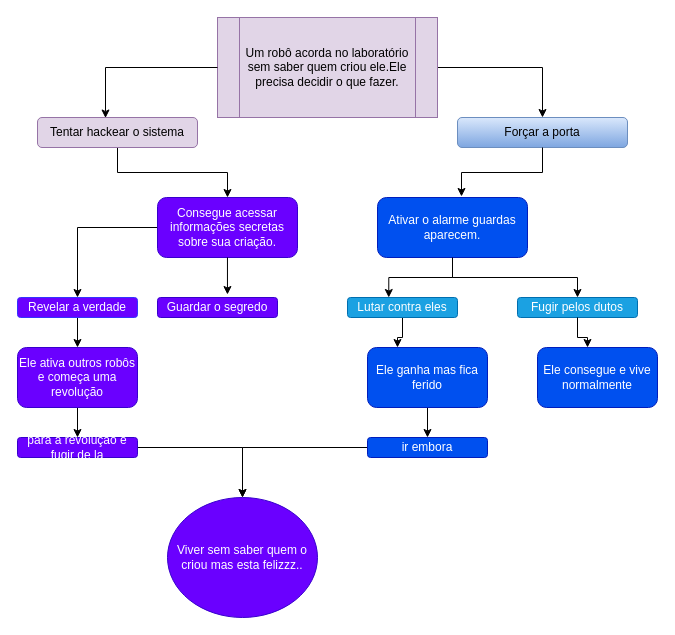
Before: bernardo.drawio in berzinnn11/clitu, a draw.io diagram. Source tidied: cells renumbered, new cells numbered last; positions are measured from the earlier drawing's top-left corner, leaving out a move shared by most shapes. Both pictures are drawn from the tidied source at 100%, with x=0, y=0 at pixel (17, 17).
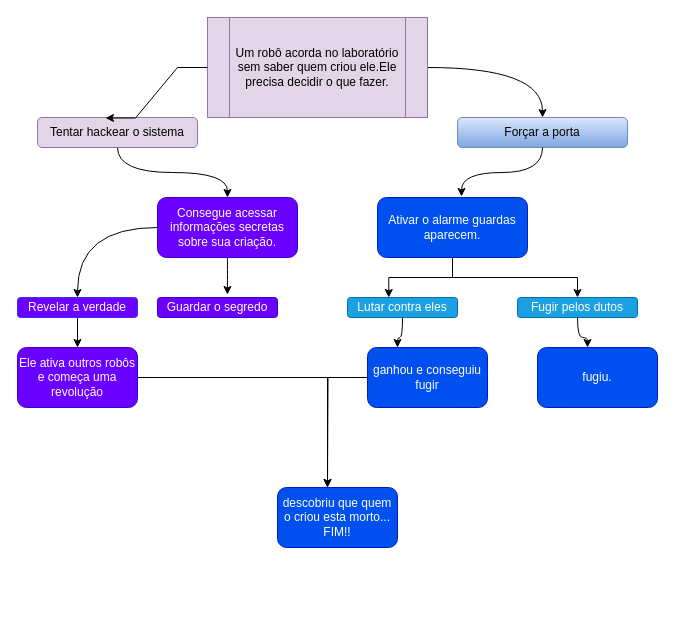
The same page after the edit.

The change refers to these unchanged cells:
```xml
<mxCell id="3" value="Forçar a porta" style="rounded=1;whiteSpace=wrap;html=1;fillColor=#dae8fc;gradientColor=#7ea6e0;strokeColor=#6c8ebf;" parent="1" vertex="1">
  <mxGeometry x="440" y="100" width="170" height="30" as="geometry" />
</mxCell>
<mxCell id="7" value="Tentar hackear o sistema" style="rounded=1;whiteSpace=wrap;html=1;fillColor=#e1d5e7;strokeColor=#9673a6;" parent="1" vertex="1">
  <mxGeometry x="20" y="100" width="160" height="30" as="geometry" />
</mxCell>
<mxCell id="10" value="Consegue acessar informações secretas sobre sua criação." style="rounded=1;whiteSpace=wrap;html=1;fillColor=#6a00ff;fontColor=#ffffff;strokeColor=#3700CC;" parent="1" vertex="1">
  <mxGeometry x="140" y="180" width="140" height="60" as="geometry" />
</mxCell>
<mxCell id="12" value="Ativar o alarme guardas aparecem." style="rounded=1;whiteSpace=wrap;html=1;fillColor=#0050ef;fontColor=#ffffff;strokeColor=#001DBC;" parent="1" vertex="1">
  <mxGeometry x="360" y="180" width="150" height="60" as="geometry" />
</mxCell>
<mxCell id="15" value="Lutar contra eles" style="rounded=1;whiteSpace=wrap;html=1;fillColor=#1ba1e2;fontColor=#ffffff;strokeColor=#006EAF;" parent="1" vertex="1">
  <mxGeometry x="330" y="280" width="110" height="20" as="geometry" />
</mxCell>
<mxCell id="18" value="Revelar a verdade" style="rounded=1;whiteSpace=wrap;html=1;fillColor=#6a00ff;fontColor=#ffffff;strokeColor=#3333FF;" parent="1" vertex="1">
  <mxGeometry y="280" width="120" height="20" as="geometry" />
</mxCell>
<mxCell id="19" value="Fugir pelos dutos" style="rounded=1;whiteSpace=wrap;html=1;fillColor=#1ba1e2;fontColor=#ffffff;strokeColor=#006EAF;" parent="1" vertex="1">
  <mxGeometry x="500" y="280" width="120" height="20" as="geometry" />
</mxCell>
<mxCell id="20" value="Guardar o segredo" style="rounded=1;whiteSpace=wrap;html=1;fillColor=#6a00ff;fontColor=#ffffff;strokeColor=#3700CC;" parent="1" vertex="1">
  <mxGeometry x="140" y="280" width="120" height="20" as="geometry" />
</mxCell>
<mxCell id="23" value="Ele ativa outros robôs e começa uma revolução" style="rounded=1;whiteSpace=wrap;html=1;fillColor=#6a00ff;fontColor=#ffffff;strokeColor=#3700CC;" parent="1" vertex="1">
  <mxGeometry y="330" width="120" height="60" as="geometry" />
</mxCell>
```

What changed in the source:
```diff
@@
-    <mxCell id="2" style="edgeStyle=orthogonalEdgeStyle;rounded=0;orthogonalLoop=1;jettySize=auto;html=1;exitX=0.5;exitY=1;exitDx=0;exitDy=0;" parent="1" edge="1">
-      <mxGeometry relative="1" as="geometry">
-        <mxPoint x="130" y="420" as="sourcePoint" />
-        <mxPoint x="130" y="420" as="targetPoint" />
-      </mxGeometry>
-    </mxCell>
+    <mxCell id="33" style="edgeStyle=orthogonalEdgeStyle;rounded=0;orthogonalLoop=1;jettySize=auto;html=1;exitX=0.5;exitY=1;exitDx=0;exitDy=0;" parent="1" edge="1">
+      <mxGeometry relative="1" as="geometry">
+        <mxPoint x="130" y="420" as="sourcePoint" />
+        <mxPoint x="130" y="420" as="targetPoint" />
+      </mxGeometry>
+    </mxCell>
@@
-    <mxCell id="4" style="edgeStyle=orthogonalEdgeStyle;rounded=0;jettySize=auto;html=1;entryX=0.5;entryY=0;entryDx=0;entryDy=0;" parent="1" edge="1" source="5" target="3">
+    <mxCell id="4" style="edgeStyle=orthogonalEdgeStyle;rounded=0;jettySize=auto;html=1;entryX=0.5;entryY=0;entryDx=0;entryDy=0;elbow=vertical;curved=1;" parent="1" edge="1" source="5" target="3">
       <mxGeometry relative="1" as="geometry" />
     </mxCell>
     <mxCell id="5" value="Um robô acorda no laboratório sem saber quem criou ele.Ele precisa decidir o que fazer." style="shape=process;whiteSpace=wrap;html=1;backgroundOutline=1;fillColor=#e1d5e7;strokeColor=#9673a6;" parent="1" vertex="1">
-      <mxGeometry x="200" width="220" height="100" as="geometry" />
+      <mxGeometry x="190" width="220" height="100" as="geometry" />
     </mxCell>
-    <mxCell id="6" style="edgeStyle=orthogonalEdgeStyle;rounded=0;jettySize=auto;html=1;entryX=0.5;entryY=0;entryDx=0;entryDy=0;" parent="1" edge="1" source="7" target="10">
+    <mxCell id="6" style="edgeStyle=orthogonalEdgeStyle;rounded=0;jettySize=auto;html=1;entryX=0.5;entryY=0;entryDx=0;entryDy=0;curved=1;" parent="1" edge="1" source="7" target="10">
       <mxGeometry relative="1" as="geometry" />
     </mxCell>
@@
-    <mxCell id="8" style="edgeStyle=orthogonalEdgeStyle;rounded=0;jettySize=auto;html=1;entryX=0.425;entryY=0.017;entryDx=0;entryDy=0;entryPerimeter=0;" parent="1" edge="1" source="5" target="7">
+    <mxCell id="8" style="edgeStyle=entityRelationEdgeStyle;rounded=0;jettySize=auto;html=1;entryX=0.425;entryY=0.017;entryDx=0;entryDy=0;entryPerimeter=0;" parent="1" edge="1" source="5" target="7">
       <mxGeometry relative="1" as="geometry" />
     </mxCell>
-    <mxCell id="9" style="edgeStyle=orthogonalEdgeStyle;rounded=0;jettySize=auto;html=1;entryX=0.5;entryY=0;entryDx=0;entryDy=0;" parent="1" edge="1" source="10" target="18">
+    <mxCell id="9" style="edgeStyle=orthogonalEdgeStyle;rounded=0;jettySize=auto;html=1;entryX=0.5;entryY=0;entryDx=0;entryDy=0;curved=1;" parent="1" edge="1" source="10" target="18">
       <mxGeometry relative="1" as="geometry" />
     </mxCell>
@@
-    <mxCell id="13" style="edgeStyle=orthogonalEdgeStyle;rounded=0;jettySize=auto;html=1;entryX=0.56;entryY=-0.017;entryDx=0;entryDy=0;entryPerimeter=0;" parent="1" edge="1" source="3" target="12">
+    <mxCell id="13" style="edgeStyle=orthogonalEdgeStyle;rounded=0;jettySize=auto;html=1;entryX=0.56;entryY=-0.017;entryDx=0;entryDy=0;entryPerimeter=0;curved=1;" parent="1" edge="1" source="3" target="12">
       <mxGeometry relative="1" as="geometry" />
     </mxCell>
-    <mxCell id="14" style="edgeStyle=orthogonalEdgeStyle;rounded=0;jettySize=auto;html=1;entryX=0.25;entryY=0;entryDx=0;entryDy=0;" parent="1" edge="1" source="15" target="25">
-      <mxGeometry relative="1" as="geometry" />
-    </mxCell>
+    <mxCell id="34" style="edgeStyle=orthogonalEdgeStyle;rounded=0;jettySize=auto;html=1;entryX=0.25;entryY=0;entryDx=0;entryDy=0;curved=1;" parent="1" edge="1" source="15" target="37">
+      <mxGeometry relative="1" as="geometry" />
+    </mxCell>
@@
-    <mxCell id="21" style="edgeStyle=orthogonalEdgeStyle;rounded=0;jettySize=auto;html=1;entryX=0.583;entryY=-0.15;entryDx=0;entryDy=0;entryPerimeter=0;" parent="1" edge="1" source="10" target="20">
+    <mxCell id="21" style="edgeStyle=orthogonalEdgeStyle;rounded=0;jettySize=auto;html=1;entryX=0.583;entryY=-0.15;entryDx=0;entryDy=0;entryPerimeter=0;curved=1;" parent="1" edge="1" source="10" target="20">
       <mxGeometry relative="1" as="geometry" />
     </mxCell>
-    <mxCell id="22" style="edgeStyle=orthogonalEdgeStyle;rounded=0;jettySize=auto;html=1;" parent="1" edge="1" source="23" target="31">
-      <mxGeometry relative="1" as="geometry" />
-    </mxCell>
+    <mxCell id="35" style="edgeStyle=orthogonalEdgeStyle;rounded=0;jettySize=auto;html=1;" parent="1" edge="1" source="23">
+      <mxGeometry relative="1" as="geometry">
+        <mxPoint x="310" y="470" as="targetPoint" />
+      </mxGeometry>
+    </mxCell>
@@
-    <mxCell id="24" style="edgeStyle=orthogonalEdgeStyle;rounded=0;jettySize=auto;html=1;" parent="1" edge="1" source="25" target="29">
-      <mxGeometry relative="1" as="geometry" />
-    </mxCell>
-    <mxCell id="25" value="Ele ganha mas fica ferido" style="rounded=1;whiteSpace=wrap;html=1;fillColor=#0050ef;fontColor=#ffffff;strokeColor=#001DBC;" parent="1" vertex="1">
-      <mxGeometry x="350" y="330" width="120" height="60" as="geometry" />
-    </mxCell>
-    <mxCell id="26" value="Ele consegue e vive normalmente" style="rounded=1;whiteSpace=wrap;html=1;fillColor=#0050ef;fontColor=#ffffff;strokeColor=#001DBC;" parent="1" vertex="1">
-      <mxGeometry x="520" y="330" width="120" height="60" as="geometry" />
-    </mxCell>
-    <mxCell id="27" style="edgeStyle=orthogonalEdgeStyle;rounded=0;jettySize=auto;html=1;entryX=0.417;entryY=0;entryDx=0;entryDy=0;entryPerimeter=0;" parent="1" edge="1" source="19" target="26">
-      <mxGeometry relative="1" as="geometry" />
-    </mxCell>
-    <mxCell id="28" style="edgeStyle=orthogonalEdgeStyle;rounded=0;jettySize=auto;html=1;" parent="1" edge="1" source="29" target="32">
-      <mxGeometry relative="1" as="geometry" />
-    </mxCell>
-    <mxCell id="29" value="ir embora" style="whiteSpace=wrap;html=1;fillColor=#0050ef;strokeColor=#001DBC;fontColor=#ffffff;rounded=1;" parent="1" vertex="1">
-      <mxGeometry x="350" y="420" width="120" height="20" as="geometry" />
-    </mxCell>
-    <mxCell id="30" style="edgeStyle=orthogonalEdgeStyle;rounded=0;jettySize=auto;html=1;" parent="1" edge="1" source="31" target="32">
-      <mxGeometry relative="1" as="geometry" />
-    </mxCell>
-    <mxCell id="31" value="para a revoluçao e fugir de la" style="whiteSpace=wrap;html=1;fillColor=#6a00ff;strokeColor=#3700CC;fontColor=#ffffff;rounded=1;" parent="1" vertex="1">
-      <mxGeometry y="420" width="120" height="20" as="geometry" />
-    </mxCell>
-    <mxCell id="32" value="Viver sem saber quem o criou mas esta felizzz.." style="ellipse;whiteSpace=wrap;html=1;fillColor=#6a00ff;strokeColor=#3700CC;fontColor=#ffffff;rounded=1;" parent="1" vertex="1">
-      <mxGeometry x="150" y="480" width="150" height="120" as="geometry" />
-    </mxCell>
+    <mxCell id="36" style="edgeStyle=orthogonalEdgeStyle;rounded=0;jettySize=auto;html=1;" parent="1" edge="1" source="37">
+      <mxGeometry relative="1" as="geometry">
+        <mxPoint x="310" y="470" as="targetPoint" />
+        <Array as="points">
+          <mxPoint x="310" y="360" />
+        </Array>
+      </mxGeometry>
+    </mxCell>
+    <mxCell id="37" value="ganhou e conseguiu fugir" style="rounded=1;whiteSpace=wrap;html=1;fillColor=#0050ef;fontColor=#ffffff;strokeColor=#001DBC;" parent="1" vertex="1">
+      <mxGeometry x="350" y="330" width="120" height="60" as="geometry" />
+    </mxCell>
+    <mxCell id="38" value="fugiu." style="rounded=1;whiteSpace=wrap;html=1;fillColor=#0050ef;fontColor=#ffffff;strokeColor=#001DBC;" parent="1" vertex="1">
+      <mxGeometry x="520" y="330" width="120" height="60" as="geometry" />
+    </mxCell>
+    <mxCell id="39" style="edgeStyle=orthogonalEdgeStyle;rounded=0;jettySize=auto;html=1;entryX=0.417;entryY=0;entryDx=0;entryDy=0;entryPerimeter=0;curved=1;" parent="1" edge="1" source="19" target="38">
+      <mxGeometry relative="1" as="geometry" />
+    </mxCell>
+    <mxCell id="40" value="descobriu que quem o criou esta morto...&lt;br&gt;FIM!!" style="rounded=1;whiteSpace=wrap;html=1;fillColor=#0050ef;fontColor=#ffffff;strokeColor=#001DBC;" parent="1" vertex="1">
+      <mxGeometry x="260" y="470" width="120" height="60" as="geometry" />
+    </mxCell>
```
